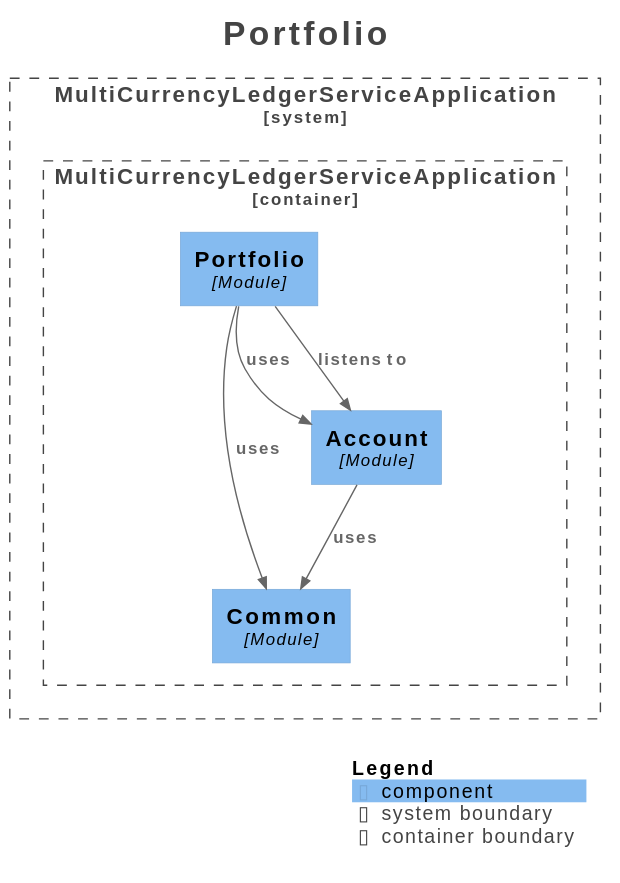
RaonJena99/multi-currency-ledger-service keeps this PlantUML diagram as docs/architecture/modulith/module-portfolio.svg. Above is the earlier version. The source it was exported from:
```plantuml
@startuml
title <size:24>Portfolio</size>

set separator none
top to bottom direction

<style>
  root {
    BackgroundColor: #ffffff
    FontColor: #444444
  }
</style>

!include <C4/C4>
!include <C4/C4_Context>
!include <C4/C4_Component>

System_Boundary("MultiCurrencyLedgerServiceApplication_boundary", "MultiCurrencyLedgerServiceApplication", $tags="") {
  Container_Boundary("MultiCurrencyLedgerServiceApplication.MultiCurrencyLedgerServiceApplication_boundary", "MultiCurrencyLedgerServiceApplication", $tags="") {
    Component(MultiCurrencyLedgerServiceApplication.MultiCurrencyLedgerServiceApplication.Common, "Common", $techn="Module", $descr="", $tags="", $link="")
    Component(MultiCurrencyLedgerServiceApplication.MultiCurrencyLedgerServiceApplication.Account, "Account", $techn="Module", $descr="", $tags="", $link="")
    Component(MultiCurrencyLedgerServiceApplication.MultiCurrencyLedgerServiceApplication.Portfolio, "Portfolio", $techn="Module", $descr="", $tags="", $link="")
  }

}

Rel(MultiCurrencyLedgerServiceApplication.MultiCurrencyLedgerServiceApplication.Portfolio, MultiCurrencyLedgerServiceApplication.MultiCurrencyLedgerServiceApplication.Common, "uses", $techn="", $tags="", $link="")
Rel(MultiCurrencyLedgerServiceApplication.MultiCurrencyLedgerServiceApplication.Portfolio, MultiCurrencyLedgerServiceApplication.MultiCurrencyLedgerServiceApplication.Account, "uses", $techn="", $tags="", $link="")
Rel(MultiCurrencyLedgerServiceApplication.MultiCurrencyLedgerServiceApplication.Account, MultiCurrencyLedgerServiceApplication.MultiCurrencyLedgerServiceApplication.Common, "uses", $techn="", $tags="", $link="")
Rel(MultiCurrencyLedgerServiceApplication.MultiCurrencyLedgerServiceApplication.Portfolio, MultiCurrencyLedgerServiceApplication.MultiCurrencyLedgerServiceApplication.Account, "listens to", $techn="", $tags="", $link="")

SHOW_LEGEND(true)
hide stereotypes
@enduml
```
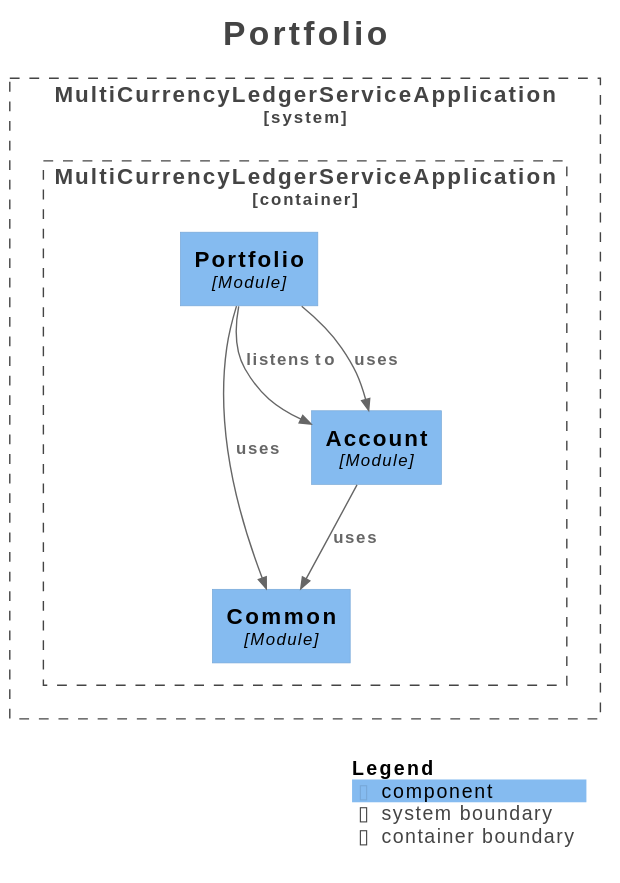
The same diagram one commit later.

What changed in the source:
```diff
@@ -24,10 +24,10 @@
 
 }
 
+Rel(MultiCurrencyLedgerServiceApplication.MultiCurrencyLedgerServiceApplication.Account, MultiCurrencyLedgerServiceApplication.MultiCurrencyLedgerServiceApplication.Common, "uses", $techn="", $tags="", $link="")
+Rel(MultiCurrencyLedgerServiceApplication.MultiCurrencyLedgerServiceApplication.Portfolio, MultiCurrencyLedgerServiceApplication.MultiCurrencyLedgerServiceApplication.Account, "listens to", $techn="", $tags="", $link="")
 Rel(MultiCurrencyLedgerServiceApplication.MultiCurrencyLedgerServiceApplication.Portfolio, MultiCurrencyLedgerServiceApplication.MultiCurrencyLedgerServiceApplication.Common, "uses", $techn="", $tags="", $link="")
 Rel(MultiCurrencyLedgerServiceApplication.MultiCurrencyLedgerServiceApplication.Portfolio, MultiCurrencyLedgerServiceApplication.MultiCurrencyLedgerServiceApplication.Account, "uses", $techn="", $tags="", $link="")
-Rel(MultiCurrencyLedgerServiceApplication.MultiCurrencyLedgerServiceApplication.Account, MultiCurrencyLedgerServiceApplication.MultiCurrencyLedgerServiceApplication.Common, "uses", $techn="", $tags="", $link="")
-Rel(MultiCurrencyLedgerServiceApplication.MultiCurrencyLedgerServiceApplication.Portfolio, MultiCurrencyLedgerServiceApplication.MultiCurrencyLedgerServiceApplication.Account, "listens to", $techn="", $tags="", $link="")
 
 SHOW_LEGEND(true)
 hide stereotypes
```
